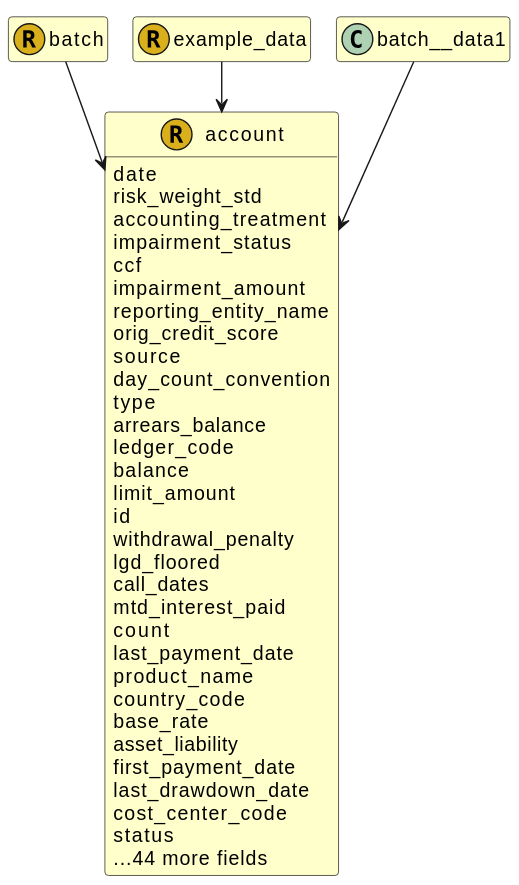
Before: images/fire.model.account.svg, a diagram exported from PlantUML (Schemarise/demo-alfa-with-fire-json-model).
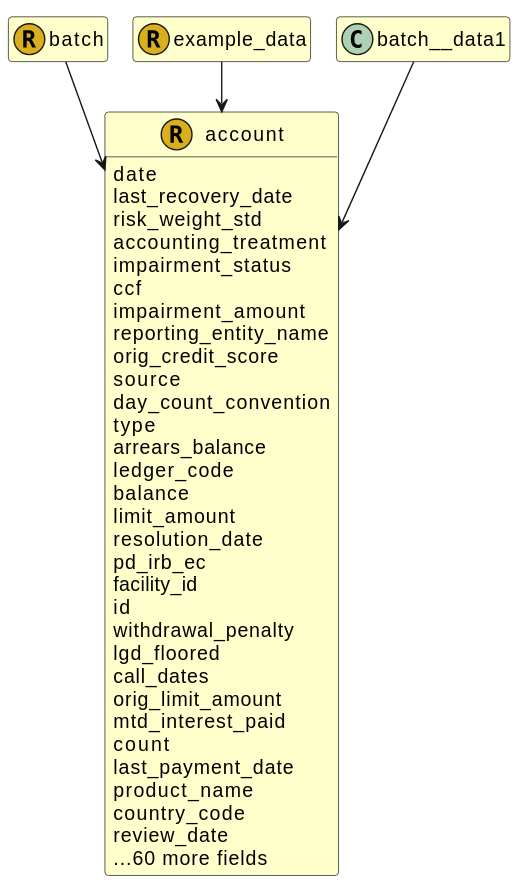
The same file after the commit.

What changed in the source:
```diff
@@ -13,6 +13,7 @@
 class account << (R,D9B01C) >> {
 
   date
+  last_recovery_date
   risk_weight_std
   accounting_treatment
   impairment_status
@@ -27,22 +28,21 @@
   ledger_code
   balance
   limit_amount
+  resolution_date
+  pd_irb_ec
+  facility_id
   id
   withdrawal_penalty
   lgd_floored
   call_dates
+  orig_limit_amount
   mtd_interest_paid
   count
   last_payment_date
   product_name
   country_code
-  base_rate
-  asset_liability
-  first_payment_date
-  last_drawdown_date
-  cost_center_code
-  status
-  ...44 more fields
+  review_date
+  ...60 more fields
 
 
 
```
